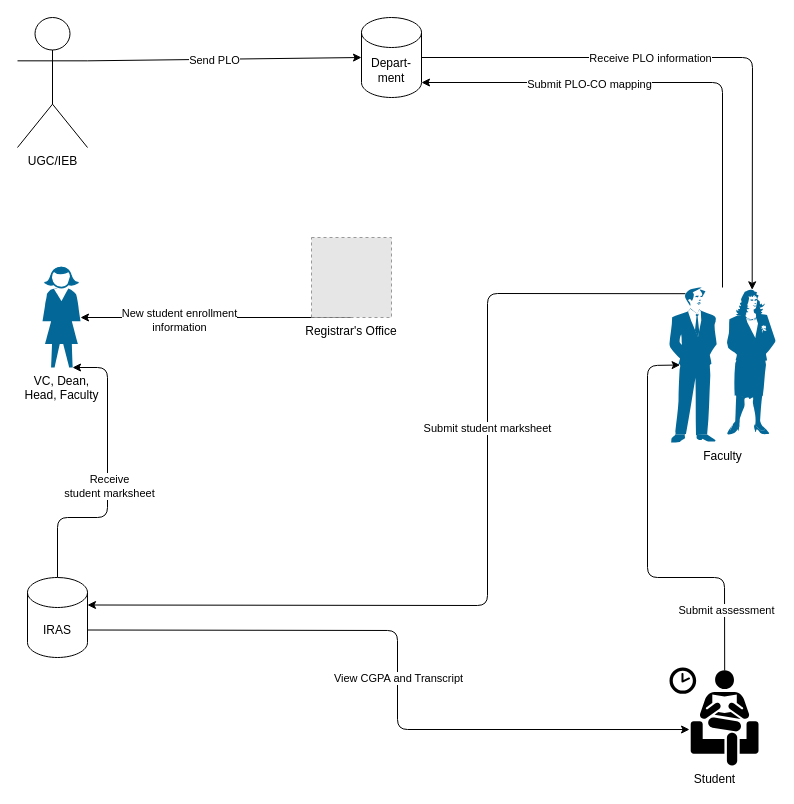
Above: Report/RichPictureUpdate.drawio in moon672/cse-303-1-spring-2021-group-3 (draw.io), before the change. Source tidied: cells renumbered, new cells numbered last; positions are measured from the earlier drawing's top-left corner, leaving out a move shared by most shapes. Both pictures are drawn from the tidied source at 100%, with x=0, y=0 at pixel (17, 17). Pictures stored in the file or linked from it are replaced by grey dashed boxes.
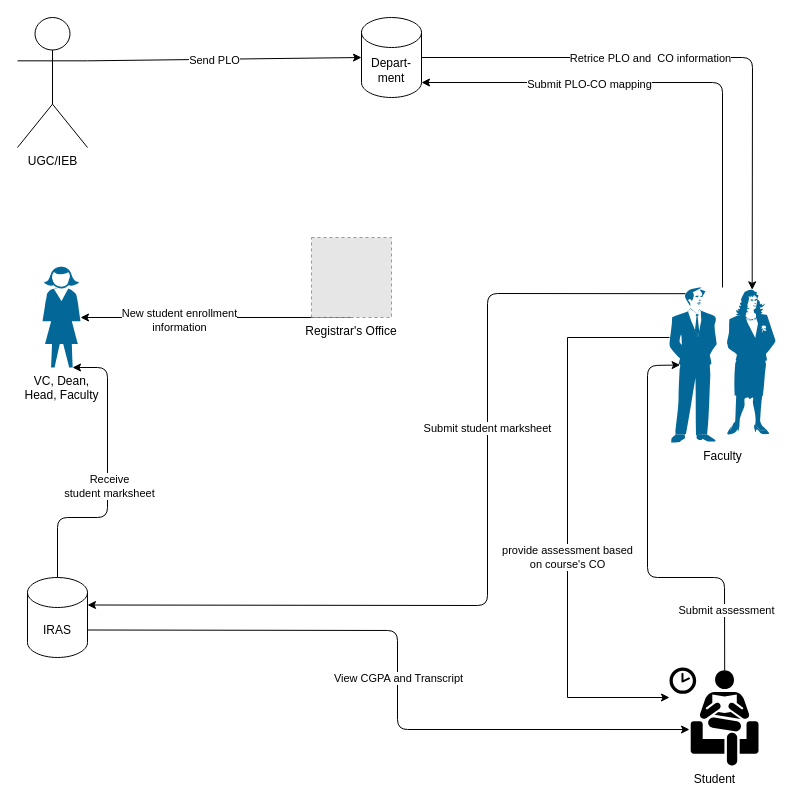
The same diagram, later.

Commit message:
rich pic

Unchanged cells that the change refers to:
```xml
<mxCell id="8" style="edgeStyle=none;rounded=1;jumpStyle=arc;jumpSize=13;jettySize=auto;html=1;exitX=1;exitY=0.5;exitDx=0;exitDy=0;exitPerimeter=0;entryX=0.78;entryY=0.015;entryDx=0;entryDy=0;entryPerimeter=0;" parent="1" edge="1" source="10" target="15">
  <mxGeometry relative="1" as="geometry">
    <Array as="points">
      <mxPoint x="735" y="40" />
    </Array>
  </mxGeometry>
</mxCell>
<mxCell id="15" value="Faculty" style="shape=mxgraph.cisco.people.man_woman;html=1;dashed=0;fillColor=#036897;strokeColor=#ffffff;strokeWidth=2;verticalLabelPosition=bottom;verticalAlign=top;align=center;outlineConnect=0;" parent="1" vertex="1">
  <mxGeometry x="652" y="270" width="106" height="155" as="geometry" />
</mxCell>
<mxCell id="18" value="Student" style="shape=mxgraph.signs.people.waiting_room_2;html=1;fillColor=#000000;strokeColor=none;verticalLabelPosition=bottom;verticalAlign=top;align=center;" parent="1" vertex="1">
  <mxGeometry x="652" y="650" width="89" height="98" as="geometry" />
</mxCell>
```

What changed in the source:
```diff
@@
-    <mxCell id="9" value="Receive PLO information" style="edgeLabel;html=1;align=center;verticalAlign=middle;" parent="8" vertex="1">
+    <mxCell id="9" value="Retrice PLO and&amp;nbsp; CO information" style="edgeLabel;html=1;align=center;verticalAlign=middle;" parent="8" vertex="1">
       <mxGeometry x="-0.19" relative="1" as="geometry" />
     </mxCell>
@@
+    <mxCell id="25" style="edgeStyle=orthogonalEdgeStyle;rounded=0;jettySize=auto;html=1;" parent="1" edge="1" source="15" target="18">
+      <mxGeometry relative="1" as="geometry">
+        <Array as="points">
+          <mxPoint x="550" y="320" />
+          <mxPoint x="550" y="680" />
+        </Array>
+      </mxGeometry>
+    </mxCell>
+    <mxCell id="26" value="&lt;div&gt;provide assessment based&lt;/div&gt;&lt;div&gt;on course's CO&lt;br&gt; &lt;/div&gt;" style="edgeLabel;html=1;align=center;verticalAlign=middle;" parent="25" vertex="1">
+      <mxGeometry x="0.14" y="-1" relative="1" as="geometry" />
+    </mxCell>
```
